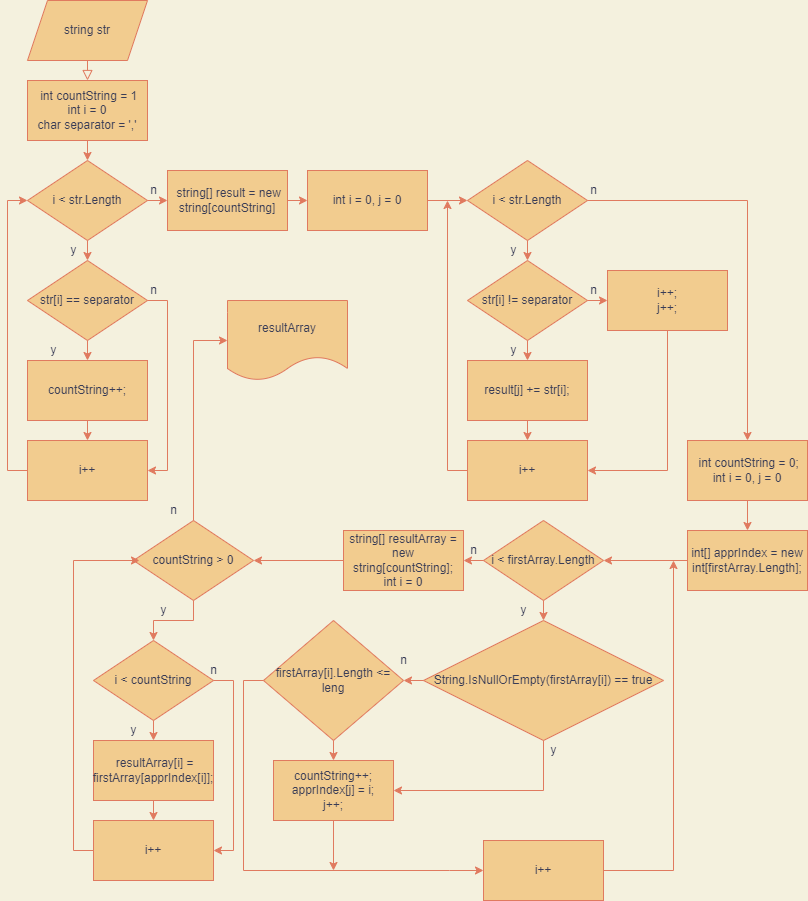
Earlier version of the draw.io export block diagram.drawio.png (Zois39/finalWork). Source tidied: cells renumbered, new cells last; positions are measured from the earlier drawing's top-left corner, leaving out a move shared by most shapes.
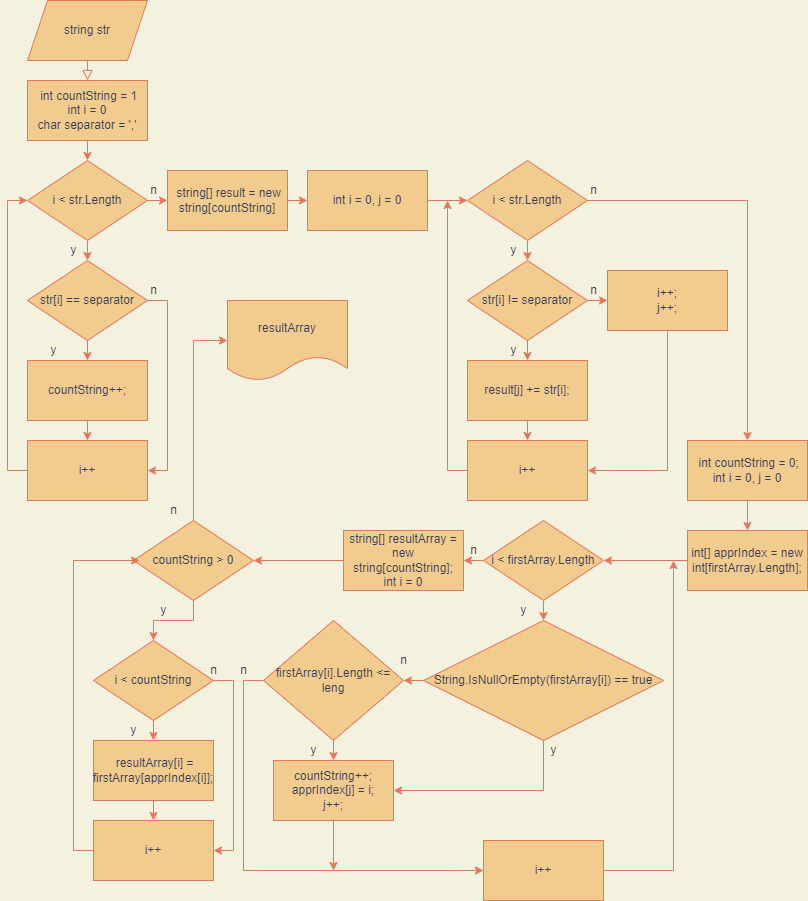
Later version of the same file.

Commit message:
redacted diagram

The edit, as a diff of the source:
```diff
@@ -295,5 +295,11 @@
     <mxCell id="77" value="n" style="text;html=1;align=center;verticalAlign=middle;strokeColor=none;fillColor=none;fontColor=#393C56;" parent="1" vertex="1">
       <mxGeometry x="191" y="655" width="30" height="30" as="geometry" />
     </mxCell>
+    <mxCell id="78" value="y" style="text;html=1;align=center;verticalAlign=middle;strokeColor=none;fillColor=none;fontColor=#393C56;" parent="1" vertex="1">
+      <mxGeometry x="291" y="735" width="30" height="30" as="geometry" />
+    </mxCell>
+    <mxCell id="79" value="n" style="text;html=1;align=center;verticalAlign=middle;strokeColor=none;fillColor=none;fontColor=#393C56;" parent="1" vertex="1">
+      <mxGeometry x="221" y="655" width="30" height="30" as="geometry" />
+    </mxCell>
   </root>
 </mxGraphModel>
```
